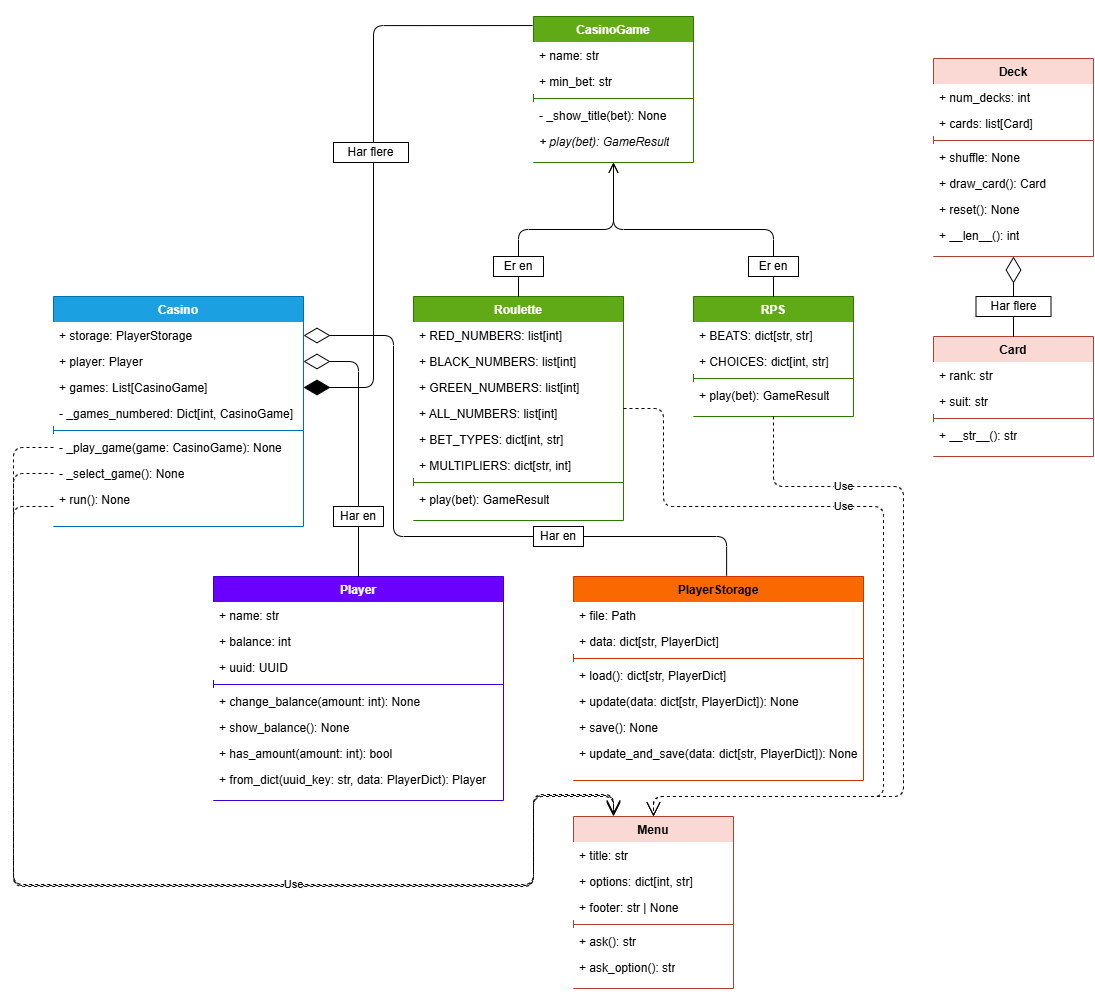
The draw.io diagram assets/klassediagram.drawio.png in nikirack/oop-prosjekt-oppgave, before a commit. Source tidied: cells renumbered, new cells last; positions are measured from the earlier drawing's top-left corner, leaving out a move shared by most shapes.
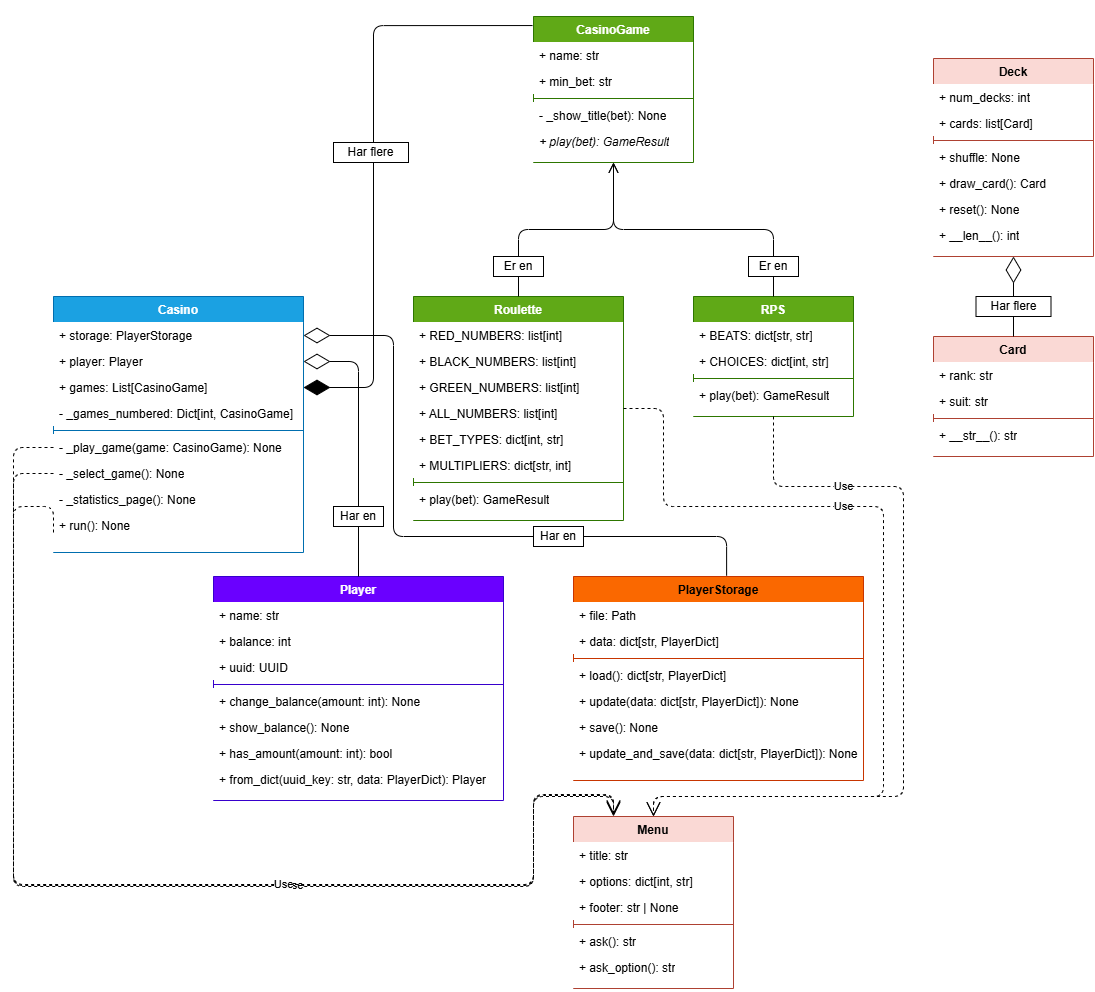
Above is the later version.

Commit message:
klassediagram oppdatering

Change to the diagram source:
```diff
@@ -75,7 +75,7 @@
       <mxGeometry x="735" y="240" width="50" height="20" as="geometry" />
     </mxCell>
     <mxCell id="26" value="Casino" style="swimlane;fontStyle=1;align=center;verticalAlign=top;horizontal=1;startSize=26;whiteSpace=wrap;html=1;fillColor=#1ba1e2;fontColor=#ffffff;strokeColor=#006EAF;" parent="1" vertex="1">
-      <mxGeometry x="40" y="280" width="250" height="230" as="geometry" />
+      <mxGeometry x="40" y="280" width="250" height="256" as="geometry" />
     </mxCell>
     <mxCell id="27" value="+ storage: PlayerStorage" style="text;strokeColor=none;fillColor=default;align=left;verticalAlign=top;spacingLeft=4;spacingRight=4;overflow=hidden;points=[[0,0.5],[1,0.5]];portConstraint=eastwest;whiteSpace=wrap;html=1;" parent="26" vertex="1">
       <mxGeometry y="26" width="250" height="26" as="geometry" />
@@ -98,8 +98,11 @@
     <mxCell id="33" value="- _select_game(): None" style="text;strokeColor=none;fillColor=default;align=left;verticalAlign=top;spacingLeft=4;spacingRight=4;overflow=hidden;points=[[0,0.5],[1,0.5]];portConstraint=eastwest;whiteSpace=wrap;html=1;" parent="26" vertex="1">
       <mxGeometry y="164" width="250" height="26" as="geometry" />
     </mxCell>
+    <mxCell id="85" value="- _statistics_page(): None" style="text;strokeColor=none;fillColor=default;align=left;verticalAlign=top;spacingLeft=4;spacingRight=4;overflow=hidden;whiteSpace=wrap;html=1;" parent="26" vertex="1">
+      <mxGeometry y="190" width="250" height="26" as="geometry" />
+    </mxCell>
     <mxCell id="34" value="+ run(): None" style="text;strokeColor=none;fillColor=default;align=left;verticalAlign=top;spacingLeft=4;spacingRight=4;overflow=hidden;points=[[0,0.5],[1,0.5]];portConstraint=eastwest;whiteSpace=wrap;html=1;" parent="26" vertex="1">
-      <mxGeometry y="190" width="250" height="40" as="geometry" />
+      <mxGeometry y="216" width="250" height="40" as="geometry" />
     </mxCell>
     <mxCell id="35" value="Player" style="swimlane;fontStyle=1;align=center;verticalAlign=top;horizontal=1;startSize=26;whiteSpace=wrap;html=1;fillColor=#6a00ff;fontColor=#ffffff;strokeColor=#3700CC;" parent="1" vertex="1">
       <mxGeometry x="200" y="560" width="290" height="224" as="geometry" />
```
